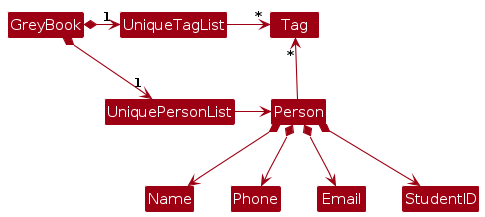
Earlier version of the PlantUML export diagrams/BetterModelClassDiagram.png (TheMythologist/tp). Its source is kept beside it as diagrams/BetterModelClassDiagram.puml.
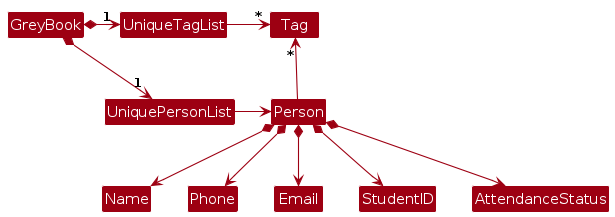
The same diagram one commit later.

Change to the diagram source:
```diff
@@ -18,4 +18,5 @@
 Person *--> Phone
 Person *--> Email
 Person *--> StudentID
+Person *--> AttendanceStatus
 @enduml
```
